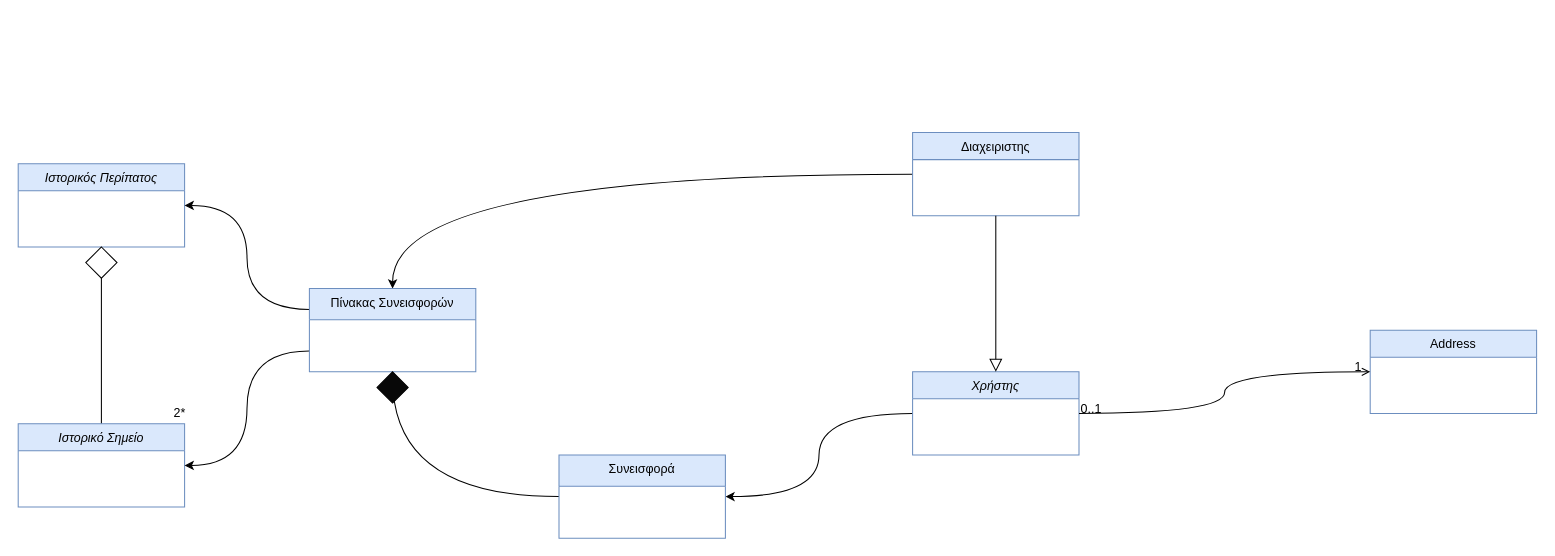
Before: NOTES/Domain Model v0.1.drawio in Nektar24/software-engineering, a draw.io diagram. Source tidied: cells renumbered, new cells numbered last; positions are measured from the earlier drawing's top-left corner, leaving out a move shared by most shapes. Both pictures are drawn from the tidied source at 104%, with x=0, y=0 at pixel (18, 132).
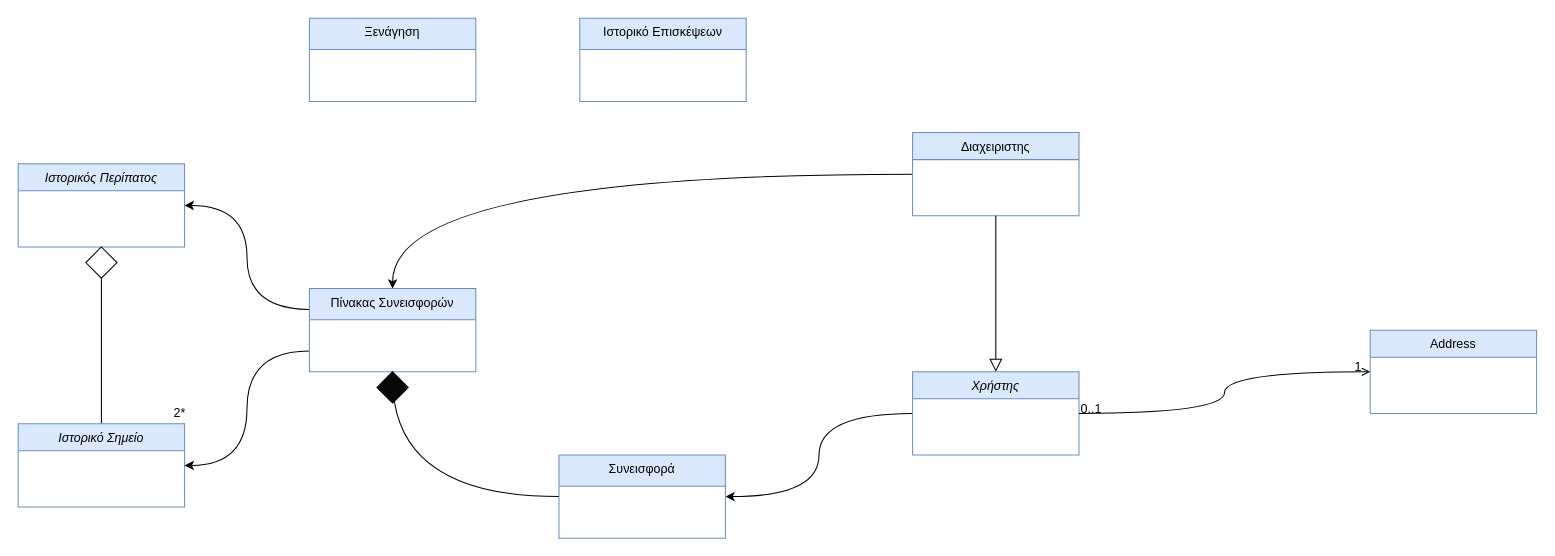
The same page after the edit.

Commit message:
changed domain model

Change to the diagram source:
```diff
@@
+    <mxCell id="22" value="Ξενάγηση" style="swimlane;fontStyle=0;align=center;verticalAlign=top;horizontal=1;startSize=30;rounded=0;shadow=0;strokeWidth=1;fillColor=#dae8fc;strokeColor=#6c8ebf;" parent="1" vertex="1">
+      <mxGeometry x="280" y="-110" width="160" height="80" as="geometry" />
+    </mxCell>
+    <mxCell id="23" value="Ιστορικό Επισκέψεων" style="swimlane;fontStyle=0;align=center;verticalAlign=top;horizontal=1;startSize=30;rounded=0;shadow=0;strokeWidth=1;fillColor=#dae8fc;strokeColor=#6c8ebf;" parent="1" vertex="1">
+      <mxGeometry x="540" y="-110" width="160" height="80" as="geometry" />
+    </mxCell>
```
